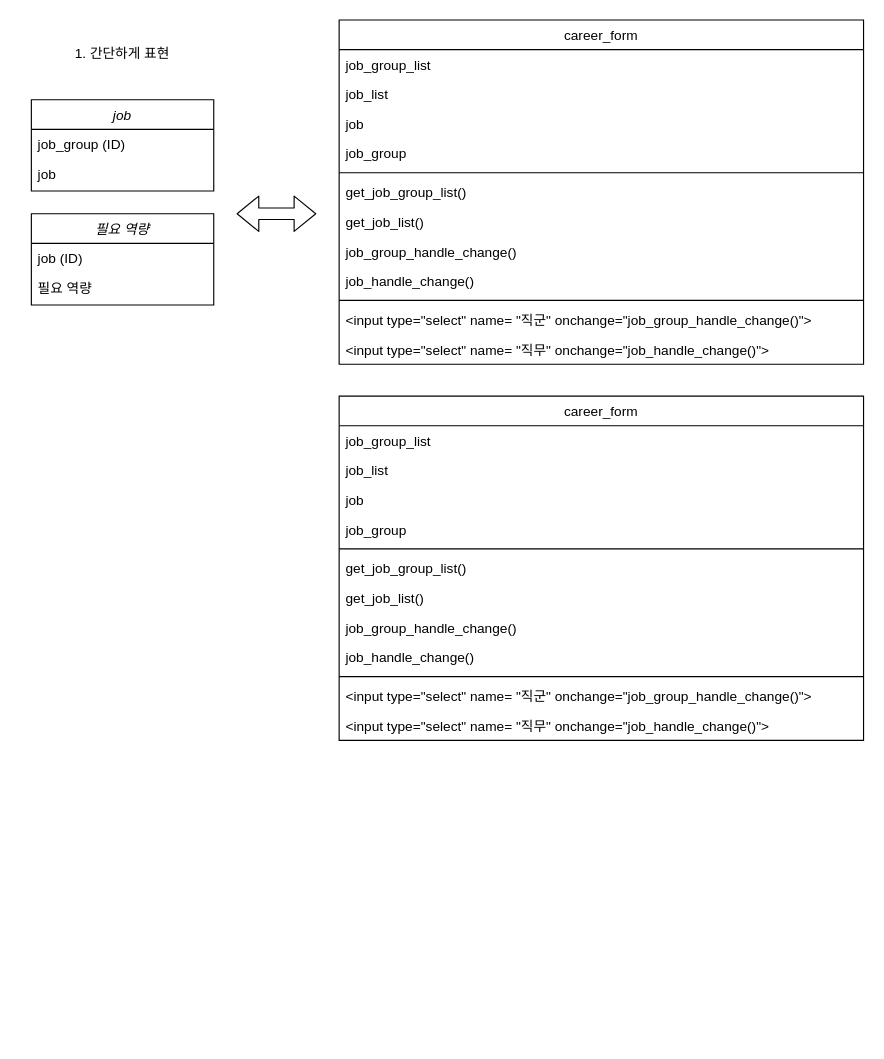
Above: simple.drawio in yelimpark/software_engineering (draw.io), before the change. Source tidied: cells renumbered, new cells numbered last; positions are measured from the earlier drawing's top-left corner, leaving out a move shared by most shapes. Both pictures are drawn from the tidied source at 114%, with x=0, y=0 at pixel (31, 19).
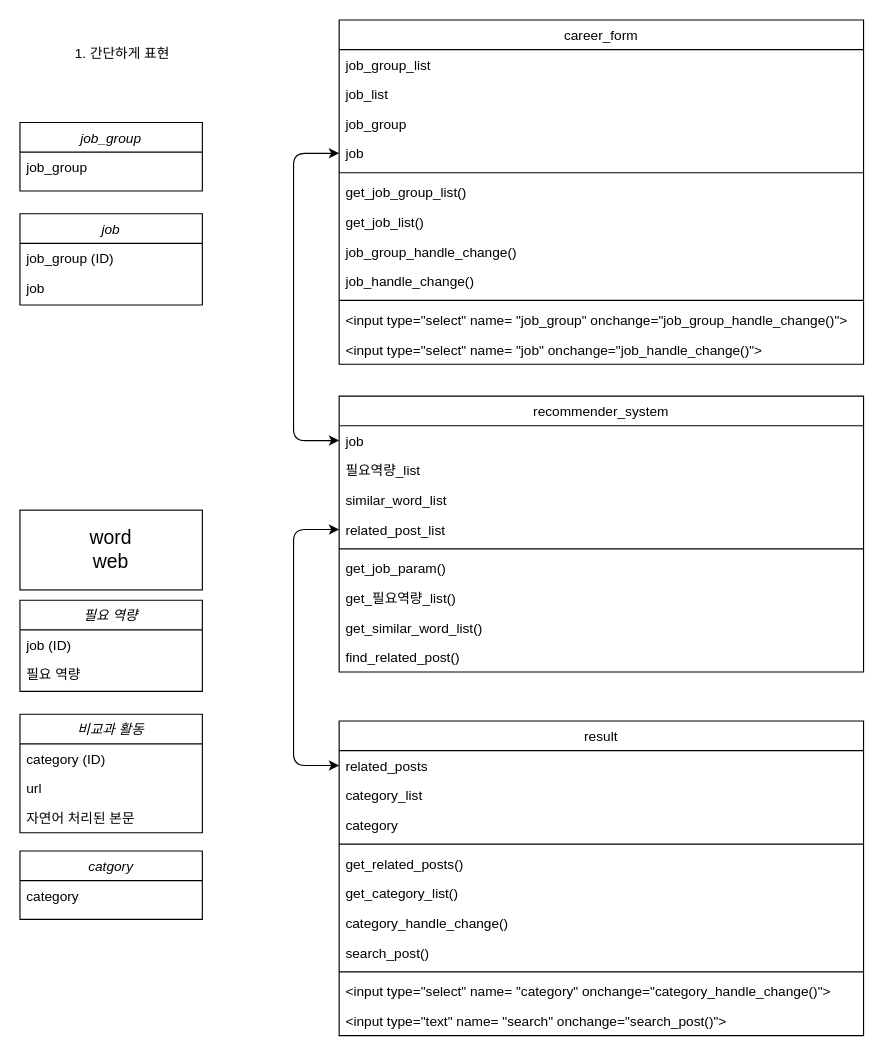
After the change.

The change refers to these unchanged cells:
```xml
<mxCell id="5" value="career_form" style="swimlane;fontStyle=0;align=center;verticalAlign=top;horizontal=1;startSize=26;rounded=0;shadow=0;strokeWidth=1;" parent="1" vertex="1">
  <mxGeometry x="270" width="460" height="302" as="geometry" />
</mxCell>
```

The edit, as a diff of the source:
```diff
@@
     <mxCell id="2" value="필요 역량" style="swimlane;fontStyle=2;align=center;verticalAlign=top;horizontal=1;startSize=26;rounded=0;shadow=0;strokeWidth=1;" parent="1" vertex="1">
-      <mxGeometry y="170" width="160" height="80" as="geometry" />
+      <mxGeometry x="-10" y="509" width="160" height="80" as="geometry" />
     </mxCell>
@@
+    <mxCell id="9" value="job_group" style="text;align=left;verticalAlign=top;spacingLeft=4;spacingRight=4;overflow=hidden;" parent="5" vertex="1">
+      <mxGeometry y="78" width="460" height="26" as="geometry" />
+    </mxCell>
     <mxCell id="8" value="job" style="text;align=left;verticalAlign=top;spacingLeft=4;spacingRight=4;overflow=hidden;points=[[0,0.5],[1,0.5]];portConstraint=eastwest;rounded=0;shadow=0;html=0;" parent="5" vertex="1">
-      <mxGeometry y="78" width="460" height="26" as="geometry" />
+      <mxGeometry y="104" width="460" height="26" as="geometry" />
     </mxCell>
-    <mxCell id="9" value="job_group" style="text;align=left;verticalAlign=top;spacingLeft=4;spacingRight=4;overflow=hidden;" parent="5" vertex="1">
-      <mxGeometry y="104" width="460" height="26" as="geometry" />
-    </mxCell>
@@
-    <mxCell id="16" value="&lt;input type=&quot;select&quot; name= &quot;직군&quot; onchange=&quot;job_group_handle_change()&quot;&gt;" style="text;align=left;verticalAlign=top;spacingLeft=4;spacingRight=4;overflow=hidden;" parent="5" vertex="1">
+    <mxCell id="16" value="&lt;input type=&quot;select&quot; name= &quot;job_group&quot; onchange=&quot;job_group_handle_change()&quot;&gt;" style="text;align=left;verticalAlign=top;spacingLeft=4;spacingRight=4;overflow=hidden;" parent="5" vertex="1">
       <mxGeometry y="250" width="460" height="26" as="geometry" />
     </mxCell>
-    <mxCell id="17" value="&lt;input type=&quot;select&quot; name= &quot;직무&quot; onchange=&quot;job_handle_change()&quot;&gt;" style="text;align=left;verticalAlign=top;spacingLeft=4;spacingRight=4;overflow=hidden;rounded=0;shadow=0;html=0;" parent="5" vertex="1">
+    <mxCell id="17" value="&lt;input type=&quot;select&quot; name= &quot;job&quot; onchange=&quot;job_handle_change()&quot;&gt;" style="text;align=left;verticalAlign=top;spacingLeft=4;spacingRight=4;overflow=hidden;rounded=0;shadow=0;html=0;" parent="5" vertex="1">
       <mxGeometry y="276" width="460" height="26" as="geometry" />
     </mxCell>
-    <mxCell id="18" style="shape=flexArrow;endArrow=classic;startArrow=classic;html=1;" parent="1" edge="1">
-      <mxGeometry relative="1" as="geometry">
-        <mxPoint x="180" y="170" as="sourcePoint" />
-        <mxPoint x="250" y="170" as="targetPoint" />
-      </mxGeometry>
-    </mxCell>
     <mxCell id="19" value="job" style="swimlane;fontStyle=2;align=center;verticalAlign=top;horizontal=1;startSize=26;rounded=0;shadow=0;strokeWidth=1;" parent="1" vertex="1">
-      <mxGeometry y="70" width="160" height="80" as="geometry" />
+      <mxGeometry x="-10" y="170" width="160" height="80" as="geometry" />
     </mxCell>
@@
-    <mxCell id="22" value="career_form" style="swimlane;fontStyle=0;align=center;verticalAlign=top;horizontal=1;startSize=26;rounded=0;shadow=0;strokeWidth=1;" parent="1" vertex="1">
-      <mxGeometry x="270" y="330" width="460" height="302" as="geometry" />
+    <mxCell id="22" value="result" style="swimlane;fontStyle=0;align=center;verticalAlign=top;horizontal=1;startSize=26;rounded=0;shadow=0;strokeWidth=1;" parent="1" vertex="1">
+      <mxGeometry x="270" y="615" width="460" height="276" as="geometry" />
     </mxCell>
-    <mxCell id="23" value="job_group_list" style="text;align=left;verticalAlign=top;spacingLeft=4;spacingRight=4;overflow=hidden;" parent="22" vertex="1">
-      <mxGeometry y="26" width="460" height="26" as="geometry" />
-    </mxCell>
-    <mxCell id="24" value="job_list" style="text;align=left;verticalAlign=top;spacingLeft=4;spacingRight=4;overflow=hidden;rounded=0;shadow=0;html=0;" parent="22" vertex="1">
-      <mxGeometry y="52" width="460" height="26" as="geometry" />
-    </mxCell>
-    <mxCell id="25" value="job" style="text;align=left;verticalAlign=top;spacingLeft=4;spacingRight=4;overflow=hidden;points=[[0,0.5],[1,0.5]];portConstraint=eastwest;rounded=0;shadow=0;html=0;" parent="22" vertex="1">
-      <mxGeometry y="78" width="460" height="26" as="geometry" />
+    <mxCell id="25" value="related_posts" style="text;align=left;verticalAlign=top;spacingLeft=4;spacingRight=4;overflow=hidden;points=[[0,0.5],[1,0.5]];portConstraint=eastwest;rounded=0;shadow=0;html=0;" parent="22" vertex="1">
+      <mxGeometry y="26" width="460" height="26" as="geometry" />
     </mxCell>
-    <mxCell id="26" value="job_group" style="text;align=left;verticalAlign=top;spacingLeft=4;spacingRight=4;overflow=hidden;" parent="22" vertex="1">
-      <mxGeometry y="104" width="460" height="26" as="geometry" />
-    </mxCell>
+    <mxCell id="36" value="category_list" style="text;align=left;verticalAlign=top;spacingLeft=4;spacingRight=4;overflow=hidden;rounded=0;shadow=0;html=0;" parent="22" vertex="1">
+      <mxGeometry y="52" width="460" height="26" as="geometry" />
+    </mxCell>
+    <mxCell id="37" value="category" style="text;align=left;verticalAlign=top;spacingLeft=4;spacingRight=4;overflow=hidden;rounded=0;shadow=0;html=0;" parent="22" vertex="1">
+      <mxGeometry y="78" width="460" height="26" as="geometry" />
+    </mxCell>
     <mxCell id="27" style="line;html=1;strokeWidth=1;align=left;verticalAlign=middle;spacingTop=-1;spacingLeft=3;spacingRight=3;labelPosition=right;" parent="22" vertex="1">
-      <mxGeometry y="130" width="460" height="8" as="geometry" />
+      <mxGeometry y="104" width="460" height="8" as="geometry" />
     </mxCell>
-    <mxCell id="28" value="get_job_group_list()" style="text;align=left;verticalAlign=top;spacingLeft=4;spacingRight=4;overflow=hidden;" parent="22" vertex="1">
-      <mxGeometry y="138" width="460" height="26" as="geometry" />
-    </mxCell>
-    <mxCell id="29" value="get_job_list()" style="text;align=left;verticalAlign=top;spacingLeft=4;spacingRight=4;overflow=hidden;" parent="22" vertex="1">
-      <mxGeometry y="164" width="460" height="26" as="geometry" />
-    </mxCell>
-    <mxCell id="30" value="job_group_handle_change()" style="text;align=left;verticalAlign=top;spacingLeft=4;spacingRight=4;overflow=hidden;" parent="22" vertex="1">
-      <mxGeometry y="190" width="460" height="26" as="geometry" />
-    </mxCell>
+    <mxCell id="38" value="get_related_posts()" style="text;align=left;verticalAlign=top;spacingLeft=4;spacingRight=4;overflow=hidden;" parent="22" vertex="1">
+      <mxGeometry y="112" width="460" height="26" as="geometry" />
+    </mxCell>
+    <mxCell id="39" value="get_category_list()" style="text;align=left;verticalAlign=top;spacingLeft=4;spacingRight=4;overflow=hidden;" parent="22" vertex="1">
+      <mxGeometry y="138" width="460" height="26" as="geometry" />
+    </mxCell>
-    <mxCell id="31" value="job_handle_change()" style="text;align=left;verticalAlign=top;spacingLeft=4;spacingRight=4;overflow=hidden;" parent="22" vertex="1">
-      <mxGeometry y="216" width="460" height="26" as="geometry" />
+    <mxCell id="31" value="category_handle_change()" style="text;align=left;verticalAlign=top;spacingLeft=4;spacingRight=4;overflow=hidden;" parent="22" vertex="1">
+      <mxGeometry y="164" width="460" height="26" as="geometry" />
     </mxCell>
+    <mxCell id="40" value="search_post()" style="text;align=left;verticalAlign=top;spacingLeft=4;spacingRight=4;overflow=hidden;" parent="22" vertex="1">
+      <mxGeometry y="190" width="460" height="26" as="geometry" />
+    </mxCell>
     <mxCell id="32" style="line;html=1;strokeWidth=1;align=left;verticalAlign=middle;spacingTop=-1;spacingLeft=3;spacingRight=3;labelPosition=right;" parent="22" vertex="1">
-      <mxGeometry y="242" width="460" height="8" as="geometry" />
+      <mxGeometry y="216" width="460" height="8" as="geometry" />
     </mxCell>
-    <mxCell id="33" value="&lt;input type=&quot;select&quot; name= &quot;직군&quot; onchange=&quot;job_group_handle_change()&quot;&gt;" style="text;align=left;verticalAlign=top;spacingLeft=4;spacingRight=4;overflow=hidden;" parent="22" vertex="1">
-      <mxGeometry y="250" width="460" height="26" as="geometry" />
+    <mxCell id="33" value="&lt;input type=&quot;select&quot; name= &quot;category&quot; onchange=&quot;category_handle_change()&quot;&gt;" style="text;align=left;verticalAlign=top;spacingLeft=4;spacingRight=4;overflow=hidden;" parent="22" vertex="1">
+      <mxGeometry y="224" width="460" height="26" as="geometry" />
     </mxCell>
-    <mxCell id="34" value="&lt;input type=&quot;select&quot; name= &quot;직무&quot; onchange=&quot;job_handle_change()&quot;&gt;" style="text;align=left;verticalAlign=top;spacingLeft=4;spacingRight=4;overflow=hidden;rounded=0;shadow=0;html=0;" parent="22" vertex="1">
-      <mxGeometry y="276" width="460" height="26" as="geometry" />
+    <mxCell id="34" value="&lt;input type=&quot;text&quot; name= &quot;search&quot; onchange=&quot;search_post()&quot;&gt;" style="text;align=left;verticalAlign=top;spacingLeft=4;spacingRight=4;overflow=hidden;rounded=0;shadow=0;html=0;" parent="22" vertex="1">
+      <mxGeometry y="250" width="460" height="26" as="geometry" />
     </mxCell>
@@
+    <mxCell id="41" value="job_group" style="swimlane;fontStyle=2;align=center;verticalAlign=top;horizontal=1;startSize=26;rounded=0;shadow=0;strokeWidth=1;" parent="1" vertex="1">
+      <mxGeometry x="-10" y="90" width="160" height="60" as="geometry" />
+    </mxCell>
+    <mxCell id="42" value="job_group " style="text;align=left;verticalAlign=top;spacingLeft=4;spacingRight=4;overflow=hidden;" parent="41" vertex="1">
+      <mxGeometry y="26" width="160" height="26" as="geometry" />
+    </mxCell>
+    <mxCell id="43" value="비교과 활동" style="swimlane;fontStyle=2;align=center;verticalAlign=top;horizontal=1;startSize=26;rounded=0;shadow=0;strokeWidth=1;" parent="1" vertex="1">
+      <mxGeometry x="-10" y="609" width="160" height="104" as="geometry" />
+    </mxCell>
+    <mxCell id="44" value="category (ID)" style="text;align=left;verticalAlign=top;spacingLeft=4;spacingRight=4;overflow=hidden;rounded=0;shadow=0;html=0;" parent="43" vertex="1">
+      <mxGeometry y="26" width="160" height="26" as="geometry" />
+    </mxCell>
+    <mxCell id="45" value="url" style="text;align=left;verticalAlign=top;spacingLeft=4;spacingRight=4;overflow=hidden;rounded=0;shadow=0;html=0;" parent="43" vertex="1">
+      <mxGeometry y="52" width="160" height="26" as="geometry" />
+    </mxCell>
+    <mxCell id="46" value="자연어 처리된 본문" style="text;align=left;verticalAlign=top;spacingLeft=4;spacingRight=4;overflow=hidden;rounded=0;shadow=0;html=0;" parent="43" vertex="1">
+      <mxGeometry y="78" width="160" height="26" as="geometry" />
+    </mxCell>
+    <mxCell id="47" value="catgory" style="swimlane;fontStyle=2;align=center;verticalAlign=top;horizontal=1;startSize=26;rounded=0;shadow=0;strokeWidth=1;" parent="1" vertex="1">
+      <mxGeometry x="-10" y="729" width="160" height="60" as="geometry" />
+    </mxCell>
+    <mxCell id="48" value="category " style="text;align=left;verticalAlign=top;spacingLeft=4;spacingRight=4;overflow=hidden;rounded=0;shadow=0;html=0;" parent="47" vertex="1">
+      <mxGeometry y="26" width="160" height="26" as="geometry" />
+    </mxCell>
+    <mxCell id="49" value="recommender_system" style="swimlane;fontStyle=0;align=center;verticalAlign=top;horizontal=1;startSize=26;rounded=0;shadow=0;strokeWidth=1;" parent="1" vertex="1">
+      <mxGeometry x="270" y="330" width="460" height="242" as="geometry" />
+    </mxCell>
+    <mxCell id="50" value="job" style="text;align=left;verticalAlign=top;spacingLeft=4;spacingRight=4;overflow=hidden;points=[[0,0.5],[1,0.5]];portConstraint=eastwest;rounded=0;shadow=0;html=0;" parent="49" vertex="1">
+      <mxGeometry y="26" width="460" height="26" as="geometry" />
+    </mxCell>
+    <mxCell id="51" value="필요역량_list" style="text;align=left;verticalAlign=top;spacingLeft=4;spacingRight=4;overflow=hidden;rounded=0;shadow=0;html=0;" parent="49" vertex="1">
+      <mxGeometry y="52" width="460" height="26" as="geometry" />
+    </mxCell>
+    <mxCell id="52" value="similar_word_list" style="text;align=left;verticalAlign=top;spacingLeft=4;spacingRight=4;overflow=hidden;rounded=0;shadow=0;html=0;" parent="49" vertex="1">
+      <mxGeometry y="78" width="460" height="26" as="geometry" />
+    </mxCell>
+    <mxCell id="53" value="related_post_list" style="text;align=left;verticalAlign=top;spacingLeft=4;spacingRight=4;overflow=hidden;points=[[0,0.5],[1,0.5]];portConstraint=eastwest;rounded=0;shadow=0;html=0;" parent="49" vertex="1">
+      <mxGeometry y="104" width="460" height="26" as="geometry" />
+    </mxCell>
+    <mxCell id="54" style="line;html=1;strokeWidth=1;align=left;verticalAlign=middle;spacingTop=-1;spacingLeft=3;spacingRight=3;labelPosition=right;" parent="49" vertex="1">
+      <mxGeometry y="130" width="460" height="8" as="geometry" />
+    </mxCell>
+    <mxCell id="55" value="get_job_param()" style="text;align=left;verticalAlign=top;spacingLeft=4;spacingRight=4;overflow=hidden;" parent="49" vertex="1">
+      <mxGeometry y="138" width="460" height="26" as="geometry" />
+    </mxCell>
+    <mxCell id="56" value="get_필요역량_list()" style="text;align=left;verticalAlign=top;spacingLeft=4;spacingRight=4;overflow=hidden;" parent="49" vertex="1">
+      <mxGeometry y="164" width="460" height="26" as="geometry" />
+    </mxCell>
+    <mxCell id="57" value="get_similar_word_list()" style="text;align=left;verticalAlign=top;spacingLeft=4;spacingRight=4;overflow=hidden;" parent="49" vertex="1">
+      <mxGeometry y="190" width="460" height="26" as="geometry" />
+    </mxCell>
+    <mxCell id="58" value="find_related_post()" style="text;align=left;verticalAlign=top;spacingLeft=4;spacingRight=4;overflow=hidden;" parent="49" vertex="1">
+      <mxGeometry y="216" width="460" height="26" as="geometry" />
+    </mxCell>
+    <mxCell id="59" style="rounded=0;whiteSpace=wrap;html=1;" parent="1" vertex="1">
+      <mxGeometry x="-10" y="430" width="160" height="70" as="geometry" />
+    </mxCell>
+    <mxCell id="60" value="word web" style="text;html=1;strokeColor=none;fillColor=none;align=center;verticalAlign=middle;whiteSpace=wrap;rounded=0;strokeWidth=5;fontSize=17;" parent="1" vertex="1">
+      <mxGeometry x="35" y="445" width="70" height="40" as="geometry" />
+    </mxCell>
+    <mxCell id="61" style="endArrow=classic;startArrow=classic;html=1;fontSize=17;entryX=0;entryY=0.5;entryDx=0;entryDy=0;exitX=0;exitY=0.5;exitDx=0;exitDy=0;" parent="1" edge="1" source="50" target="8">
+      <mxGeometry relative="1" as="geometry">
+        <Array as="points">
+          <mxPoint x="230" y="369" />
+          <mxPoint x="230" y="117" />
+        </Array>
+      </mxGeometry>
+    </mxCell>
+    <mxCell id="62" style="endArrow=classic;startArrow=classic;html=1;fontSize=17;entryX=0;entryY=0.5;entryDx=0;entryDy=0;exitX=0;exitY=0.5;exitDx=0;exitDy=0;" parent="1" edge="1" source="25" target="53">
+      <mxGeometry relative="1" as="geometry">
+        <Array as="points">
+          <mxPoint x="230" y="654" />
+          <mxPoint x="230" y="447" />
+        </Array>
+      </mxGeometry>
+    </mxCell>
```
